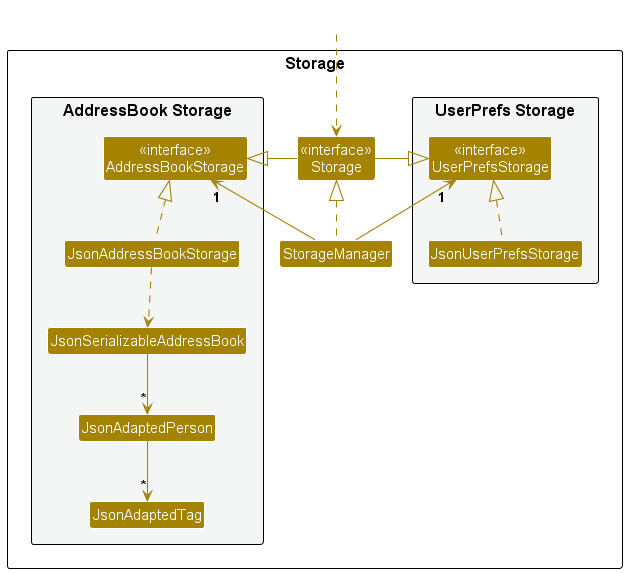
The PlantUML diagram docs/images/StorageClassDiagram.png in nus-cs2103-AY2425S1/tp, before a commit.
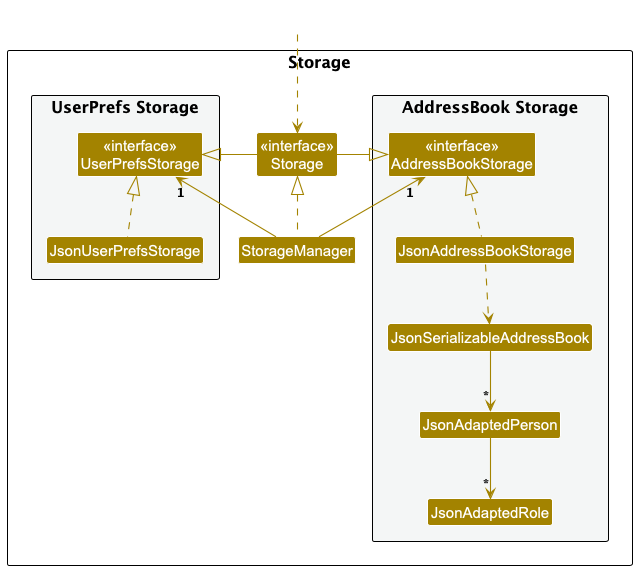
The same file after the commit.

Commit message:
Modify DG UML diagram and explanations

The edit, as a diff of the source:
```diff
@@ -19,7 +19,7 @@
 Class JsonAddressBookStorage
 Class JsonSerializableAddressBook
 Class JsonAdaptedPerson
-Class JsonAdaptedTag
+Class JsonAdaptedRole
 }
 
 }
@@ -38,6 +38,6 @@
 JsonAddressBookStorage .up.|> AddressBookStorage
 JsonAddressBookStorage ..> JsonSerializableAddressBook
 JsonSerializableAddressBook --> "*" JsonAdaptedPerson
-JsonAdaptedPerson --> "*" JsonAdaptedTag
+JsonAdaptedPerson --> "*" JsonAdaptedRole
 
 @enduml
```
